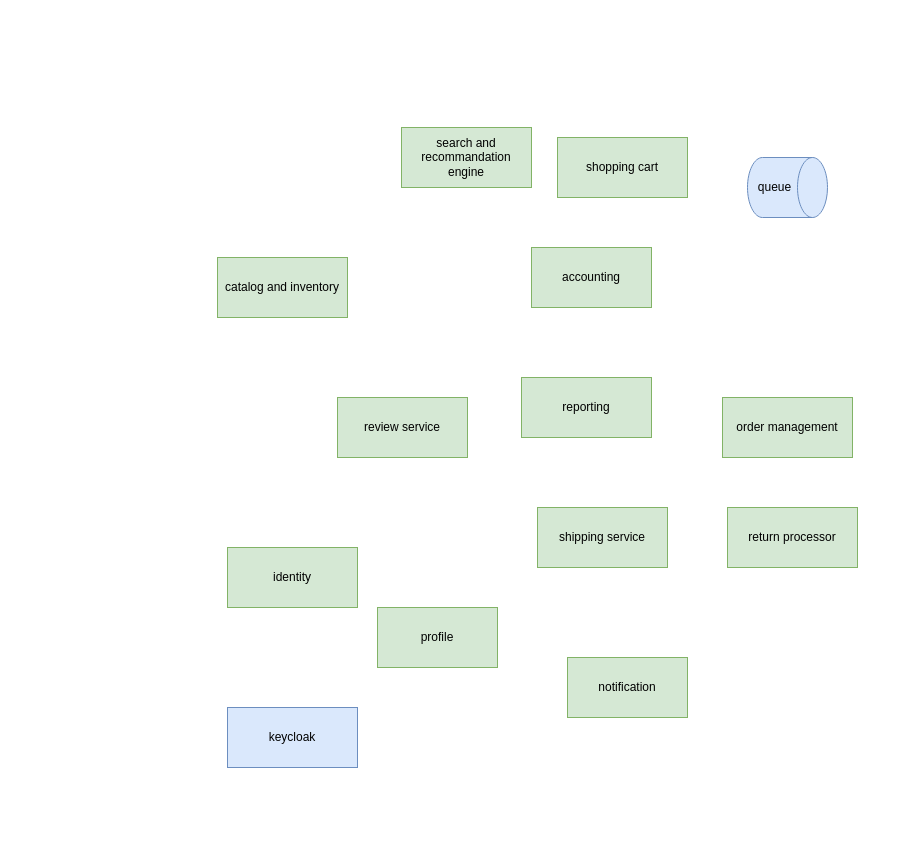
Above: workflows/global_architecture.drawio in movies-albrains/.github (draw.io), before the change. Source tidied: cells renumbered, new cells numbered last; positions are measured from the earlier drawing's top-left corner, leaving out a move shared by most shapes. Both pictures are drawn from the tidied source at 100%, with x=0, y=0 at pixel (217, 127).
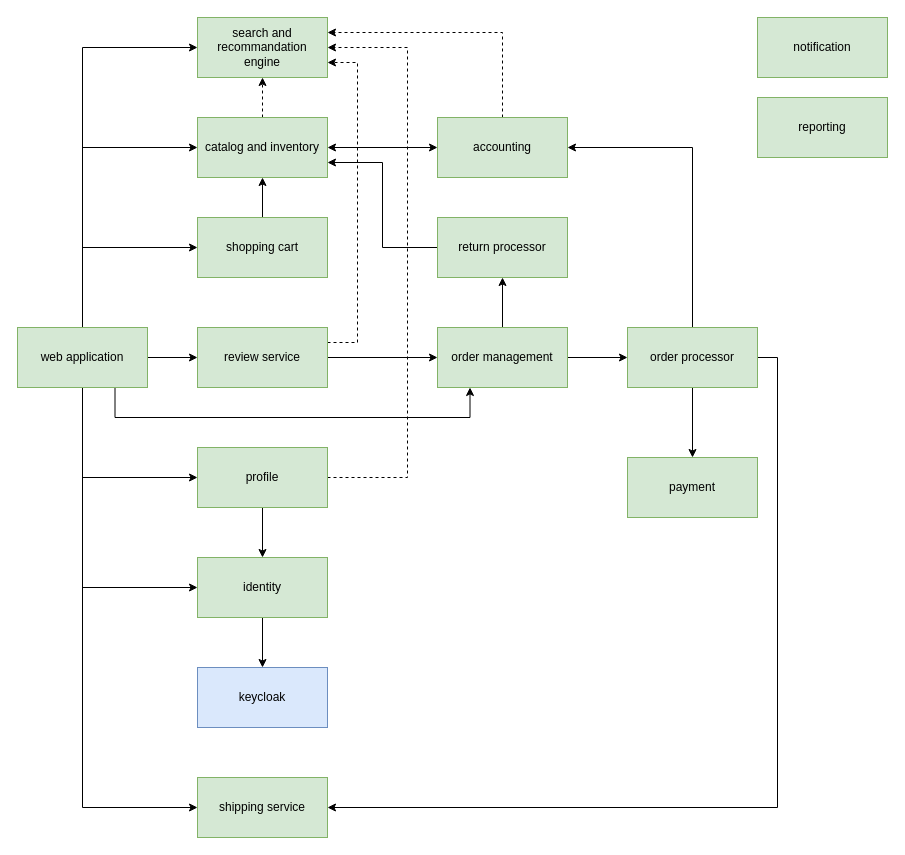
The same diagram, later.

Commit message (it also covers changes not shown here):
Mettre à jour global_architecture.drawio

Diff of the diagram source:
```diff
@@
+    <mxCell id="16" style="edgeStyle=orthogonalEdgeStyle;rounded=0;jettySize=auto;html=1;exitX=1;exitY=0.5;exitDx=0;exitDy=0;entryX=0;entryY=0.5;entryDx=0;entryDy=0;startArrow=classic;startFill=1;" parent="1" edge="1" source="2" target="3">
+      <mxGeometry relative="1" as="geometry" />
+    </mxCell>
+    <mxCell id="17" style="edgeStyle=orthogonalEdgeStyle;rounded=0;jettySize=auto;html=1;entryX=0.5;entryY=1;entryDx=0;entryDy=0;dashed=1;" parent="1" edge="1" source="2" target="8">
+      <mxGeometry relative="1" as="geometry" />
+    </mxCell>
     <mxCell id="2" value="catalog and inventory" style="rounded=0;whiteSpace=wrap;html=1;fillColor=#d5e8d4;strokeColor=#82b366;" parent="1" vertex="1">
-      <mxGeometry y="130" width="130" height="60" as="geometry" />
+      <mxGeometry x="-20" y="-10" width="130" height="60" as="geometry" />
     </mxCell>
+    <mxCell id="18" style="edgeStyle=orthogonalEdgeStyle;rounded=0;jettySize=auto;html=1;entryX=1;entryY=0.25;entryDx=0;entryDy=0;dashed=1;" parent="1" edge="1" source="3" target="8">
+      <mxGeometry relative="1" as="geometry">
+        <Array as="points">
+          <mxPoint x="285" y="-95" />
+        </Array>
+      </mxGeometry>
+    </mxCell>
     <mxCell id="3" value="accounting" style="rounded=0;whiteSpace=wrap;html=1;fillColor=#d5e8d4;strokeColor=#82b366;" parent="1" vertex="1">
-      <mxGeometry x="314" y="120" width="120" height="60" as="geometry" />
+      <mxGeometry x="220" y="-10" width="130" height="60" as="geometry" />
     </mxCell>
-    <mxCell id="4" value="queue" style="shape=cylinder3;whiteSpace=wrap;html=1;boundedLbl=1;backgroundOutline=1;size=15;direction=south;fillColor=#dae8fc;strokeColor=#6c8ebf;" parent="1" vertex="1">
-      <mxGeometry x="530" y="30" width="80" height="60" as="geometry" />
-    </mxCell>
+    <mxCell id="19" style="edgeStyle=orthogonalEdgeStyle;rounded=0;jettySize=auto;html=1;exitX=1;exitY=0.5;exitDx=0;exitDy=0;entryX=0;entryY=0.5;entryDx=0;entryDy=0;" parent="1" edge="1" source="5" target="6">
+      <mxGeometry relative="1" as="geometry" />
+    </mxCell>
+    <mxCell id="20" style="edgeStyle=orthogonalEdgeStyle;rounded=0;jettySize=auto;html=1;exitX=1;exitY=0.25;exitDx=0;exitDy=0;entryX=1;entryY=0.75;entryDx=0;entryDy=0;dashed=1;" parent="1" edge="1" source="5" target="8">
+      <mxGeometry relative="1" as="geometry">
+        <Array as="points">
+          <mxPoint x="140" y="215" />
+          <mxPoint x="140" y="-65" />
+        </Array>
+      </mxGeometry>
+    </mxCell>
     <mxCell id="5" value="review service" style="rounded=0;whiteSpace=wrap;html=1;fillColor=#d5e8d4;strokeColor=#82b366;" parent="1" vertex="1">
-      <mxGeometry x="120" y="270" width="130" height="60" as="geometry" />
+      <mxGeometry x="-20" y="200" width="130" height="60" as="geometry" />
     </mxCell>
+    <mxCell id="21" style="edgeStyle=orthogonalEdgeStyle;rounded=0;jettySize=auto;html=1;exitX=1;exitY=0.5;exitDx=0;exitDy=0;entryX=0;entryY=0.5;entryDx=0;entryDy=0;startArrow=none;startFill=0;" parent="1" edge="1" source="6" target="40">
+      <mxGeometry relative="1" as="geometry" />
+    </mxCell>
+    <mxCell id="22" style="edgeStyle=orthogonalEdgeStyle;rounded=0;jettySize=auto;html=1;" parent="1" edge="1" source="6" target="13">
+      <mxGeometry relative="1" as="geometry" />
+    </mxCell>
     <mxCell id="6" value="order management" style="rounded=0;whiteSpace=wrap;html=1;fillColor=#d5e8d4;strokeColor=#82b366;" parent="1" vertex="1">
-      <mxGeometry x="505" y="270" width="130" height="60" as="geometry" />
+      <mxGeometry x="220" y="200" width="130" height="60" as="geometry" />
     </mxCell>
     <mxCell id="7" value="reporting" style="rounded=0;whiteSpace=wrap;html=1;fillColor=#d5e8d4;strokeColor=#82b366;" parent="1" vertex="1">
-      <mxGeometry x="304" y="250" width="130" height="60" as="geometry" />
+      <mxGeometry x="540" y="-30" width="130" height="60" as="geometry" />
     </mxCell>
     <mxCell id="8" value="search and recommandation engine" style="rounded=0;whiteSpace=wrap;html=1;fillColor=#d5e8d4;strokeColor=#82b366;" parent="1" vertex="1">
-      <mxGeometry x="184" width="130" height="60" as="geometry" />
+      <mxGeometry x="-20" y="-110" width="130" height="60" as="geometry" />
     </mxCell>
     <mxCell id="9" value="shipping service" style="rounded=0;whiteSpace=wrap;html=1;fillColor=#d5e8d4;strokeColor=#82b366;" parent="1" vertex="1">
-      <mxGeometry x="320" y="380" width="130" height="60" as="geometry" />
+      <mxGeometry x="-20" y="650" width="130" height="60" as="geometry" />
     </mxCell>
+    <mxCell id="23" style="edgeStyle=orthogonalEdgeStyle;rounded=0;jettySize=auto;html=1;entryX=0.5;entryY=1;entryDx=0;entryDy=0;" parent="1" edge="1" source="10" target="2">
+      <mxGeometry relative="1" as="geometry" />
+    </mxCell>
     <mxCell id="10" value="shopping cart" style="rounded=0;whiteSpace=wrap;html=1;fillColor=#d5e8d4;strokeColor=#82b366;" parent="1" vertex="1">
-      <mxGeometry x="340" y="10" width="130" height="60" as="geometry" />
+      <mxGeometry x="-20" y="90" width="130" height="60" as="geometry" />
     </mxCell>
+    <mxCell id="24" style="edgeStyle=orthogonalEdgeStyle;rounded=0;jettySize=auto;html=1;exitX=0.5;exitY=1;exitDx=0;exitDy=0;entryX=0.5;entryY=0;entryDx=0;entryDy=0;" parent="1" edge="1" source="11" target="12">
+      <mxGeometry relative="1" as="geometry" />
+    </mxCell>
     <mxCell id="11" value="identity" style="rounded=0;whiteSpace=wrap;html=1;fillColor=#d5e8d4;strokeColor=#82b366;" parent="1" vertex="1">
-      <mxGeometry x="10" y="420" width="130" height="60" as="geometry" />
+      <mxGeometry x="-20" y="430" width="130" height="60" as="geometry" />
     </mxCell>
     <mxCell id="12" value="keycloak" style="rounded=0;whiteSpace=wrap;html=1;fillColor=#dae8fc;strokeColor=#6c8ebf;" parent="1" vertex="1">
-      <mxGeometry x="10" y="580" width="130" height="60" as="geometry" />
+      <mxGeometry x="-20" y="540" width="130" height="60" as="geometry" />
     </mxCell>
+    <mxCell id="25" style="edgeStyle=orthogonalEdgeStyle;rounded=0;jettySize=auto;html=1;exitX=0;exitY=0.5;exitDx=0;exitDy=0;entryX=1;entryY=0.75;entryDx=0;entryDy=0;" parent="1" edge="1" source="13" target="2">
+      <mxGeometry relative="1" as="geometry" />
+    </mxCell>
     <mxCell id="13" value="return processor" style="rounded=0;whiteSpace=wrap;html=1;fillColor=#d5e8d4;strokeColor=#82b366;" parent="1" vertex="1">
-      <mxGeometry x="510" y="380" width="130" height="60" as="geometry" />
+      <mxGeometry x="220" y="90" width="130" height="60" as="geometry" />
     </mxCell>
     <mxCell id="14" value="notification" style="whiteSpace=wrap;html=1;fillColor=#d5e8d4;strokeColor=#82b366;rounded=0;" parent="1" vertex="1">
-      <mxGeometry x="350" y="530" width="120" height="60" as="geometry" />
+      <mxGeometry x="540" y="-110" width="130" height="60" as="geometry" />
     </mxCell>
+    <mxCell id="26" style="edgeStyle=orthogonalEdgeStyle;rounded=0;jettySize=auto;html=1;entryX=0.5;entryY=0;entryDx=0;entryDy=0;" parent="1" edge="1" source="15" target="11">
+      <mxGeometry relative="1" as="geometry" />
+    </mxCell>
+    <mxCell id="27" style="edgeStyle=orthogonalEdgeStyle;rounded=0;jettySize=auto;html=1;exitX=1;exitY=0.5;exitDx=0;exitDy=0;entryX=1;entryY=0.5;entryDx=0;entryDy=0;dashed=1;" parent="1" edge="1" source="15" target="8">
+      <mxGeometry relative="1" as="geometry">
+        <Array as="points">
+          <mxPoint x="190" y="350" />
+          <mxPoint x="190" y="-80" />
+        </Array>
+      </mxGeometry>
+    </mxCell>
     <mxCell id="15" value="profile" style="rounded=0;whiteSpace=wrap;html=1;fillColor=#d5e8d4;strokeColor=#82b366;" parent="1" vertex="1">
-      <mxGeometry x="160" y="480" width="120" height="60" as="geometry" />
+      <mxGeometry x="-20" y="320" width="130" height="60" as="geometry" />
     </mxCell>
+    <mxCell id="28" style="edgeStyle=orthogonalEdgeStyle;rounded=0;jettySize=auto;html=1;exitX=0.5;exitY=1;exitDx=0;exitDy=0;entryX=0;entryY=0.5;entryDx=0;entryDy=0;startArrow=none;startFill=0;" parent="1" edge="1" source="36" target="15">
+      <mxGeometry relative="1" as="geometry" />
+    </mxCell>
+    <mxCell id="29" style="edgeStyle=orthogonalEdgeStyle;rounded=0;jettySize=auto;html=1;entryX=0;entryY=0.5;entryDx=0;entryDy=0;" parent="1" edge="1" source="36" target="11">
+      <mxGeometry relative="1" as="geometry">
+        <Array as="points">
+          <mxPoint x="-135" y="460" />
+        </Array>
+      </mxGeometry>
+    </mxCell>
+    <mxCell id="30" style="edgeStyle=orthogonalEdgeStyle;rounded=0;jettySize=auto;html=1;entryX=0;entryY=0.5;entryDx=0;entryDy=0;" parent="1" edge="1" source="36" target="9">
+      <mxGeometry relative="1" as="geometry">
+        <Array as="points">
+          <mxPoint x="-135" y="680" />
+        </Array>
+      </mxGeometry>
+    </mxCell>
+    <mxCell id="31" style="edgeStyle=orthogonalEdgeStyle;rounded=0;jettySize=auto;html=1;exitX=1;exitY=0.5;exitDx=0;exitDy=0;entryX=0;entryY=0.5;entryDx=0;entryDy=0;" parent="1" edge="1" source="36" target="5">
+      <mxGeometry relative="1" as="geometry" />
+    </mxCell>
+    <mxCell id="32" style="edgeStyle=orthogonalEdgeStyle;rounded=0;jettySize=auto;html=1;entryX=0;entryY=0.5;entryDx=0;entryDy=0;" parent="1" edge="1" source="36" target="10">
+      <mxGeometry relative="1" as="geometry">
+        <Array as="points">
+          <mxPoint x="-135" y="120" />
+        </Array>
+      </mxGeometry>
+    </mxCell>
+    <mxCell id="33" style="edgeStyle=orthogonalEdgeStyle;rounded=0;jettySize=auto;html=1;entryX=0;entryY=0.5;entryDx=0;entryDy=0;" parent="1" edge="1" source="36" target="2">
+      <mxGeometry relative="1" as="geometry">
+        <Array as="points">
+          <mxPoint x="-135" y="20" />
+        </Array>
+      </mxGeometry>
+    </mxCell>
+    <mxCell id="34" style="edgeStyle=orthogonalEdgeStyle;rounded=0;jettySize=auto;html=1;exitX=0.75;exitY=1;exitDx=0;exitDy=0;entryX=0.25;entryY=1;entryDx=0;entryDy=0;" parent="1" edge="1" source="36" target="6">
+      <mxGeometry relative="1" as="geometry">
+        <Array as="points">
+          <mxPoint x="-102" y="290" />
+          <mxPoint x="253" y="290" />
+        </Array>
+      </mxGeometry>
+    </mxCell>
+    <mxCell id="35" style="edgeStyle=orthogonalEdgeStyle;rounded=0;jettySize=auto;html=1;entryX=0;entryY=0.5;entryDx=0;entryDy=0;" parent="1" edge="1" source="36" target="8">
+      <mxGeometry relative="1" as="geometry">
+        <Array as="points">
+          <mxPoint x="-135" y="-80" />
+        </Array>
+      </mxGeometry>
+    </mxCell>
+    <mxCell id="36" value="web application" style="rounded=0;whiteSpace=wrap;html=1;fillColor=#d5e8d4;strokeColor=#82b366;" parent="1" vertex="1">
+      <mxGeometry x="-200" y="200" width="130" height="60" as="geometry" />
+    </mxCell>
+    <mxCell id="37" style="edgeStyle=orthogonalEdgeStyle;rounded=0;jettySize=auto;html=1;" parent="1" edge="1" source="40" target="41">
+      <mxGeometry relative="1" as="geometry" />
+    </mxCell>
+    <mxCell id="38" style="edgeStyle=orthogonalEdgeStyle;rounded=0;jettySize=auto;html=1;exitX=1;exitY=0.5;exitDx=0;exitDy=0;entryX=1;entryY=0.5;entryDx=0;entryDy=0;" parent="1" edge="1" source="40" target="9">
+      <mxGeometry relative="1" as="geometry" />
+    </mxCell>
+    <mxCell id="39" style="edgeStyle=orthogonalEdgeStyle;rounded=0;jettySize=auto;html=1;exitX=0.5;exitY=0;exitDx=0;exitDy=0;entryX=1;entryY=0.5;entryDx=0;entryDy=0;" parent="1" edge="1" source="40" target="3">
+      <mxGeometry relative="1" as="geometry" />
+    </mxCell>
+    <mxCell id="40" value="order processor" style="rounded=0;whiteSpace=wrap;html=1;fillColor=#d5e8d4;strokeColor=#82b366;" parent="1" vertex="1">
+      <mxGeometry x="410" y="200" width="130" height="60" as="geometry" />
+    </mxCell>
+    <mxCell id="41" value="payment" style="whiteSpace=wrap;html=1;fillColor=#d5e8d4;strokeColor=#82b366;rounded=0;" parent="1" vertex="1">
+      <mxGeometry x="410" y="330" width="130" height="60" as="geometry" />
+    </mxCell>
```
